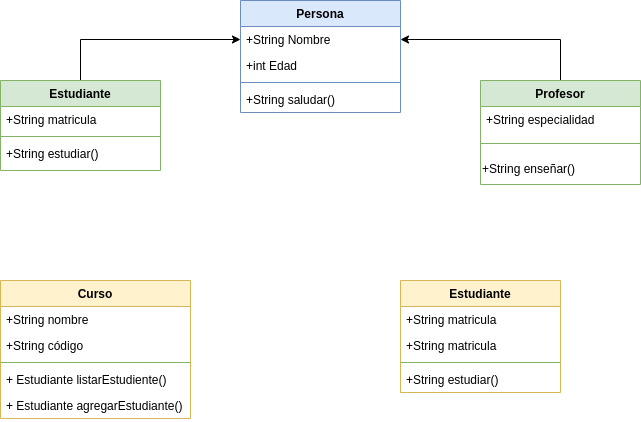
The draw.io diagram images/gestion-academica.png in aday-ctr/gestion-academica, before a commit. Source tidied: cells renumbered, new cells last; positions are measured from the earlier drawing's top-left corner, leaving out a move shared by most shapes.
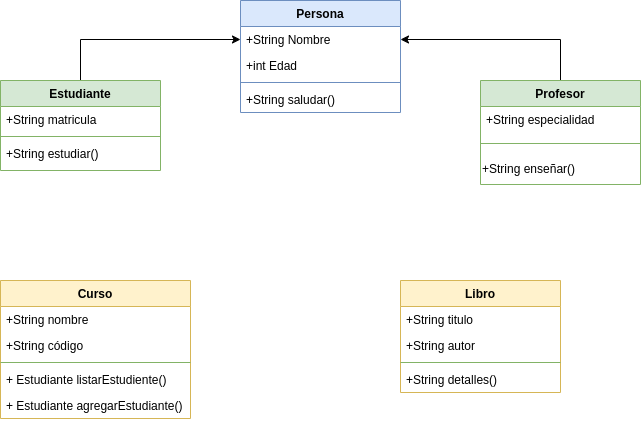
Later version of the same file.

Change to the diagram source:
```diff
@@ -65,19 +65,19 @@
     <mxCell id="22" value="+ Estudiante agregarEstudiante()" style="text;align=left;verticalAlign=top;spacingLeft=4;spacingRight=4;overflow=hidden;fontStyle=0;" parent="17" vertex="1">
       <mxGeometry y="112" width="190" height="26" as="geometry" />
     </mxCell>
-    <mxCell id="23" value="Estudiante" style="swimlane;fontStyle=1;align=center;verticalAlign=top;horizontal=1;startSize=26;rounded=0;shadow=0;strokeWidth=1;fillColor=#fff2cc;strokeColor=#d6b656;" parent="1" vertex="1">
+    <mxCell id="23" value="Libro" style="swimlane;fontStyle=1;align=center;verticalAlign=top;horizontal=1;startSize=26;rounded=0;shadow=0;strokeWidth=1;fillColor=#fff2cc;strokeColor=#d6b656;" parent="1" vertex="1">
       <mxGeometry x="400" y="280" width="160" height="112" as="geometry" />
     </mxCell>
-    <mxCell id="24" value="+String matricula" style="text;align=left;verticalAlign=top;spacingLeft=4;spacingRight=4;overflow=hidden;" parent="23" vertex="1">
+    <mxCell id="24" value="+String titulo" style="text;align=left;verticalAlign=top;spacingLeft=4;spacingRight=4;overflow=hidden;" parent="23" vertex="1">
       <mxGeometry y="26" width="160" height="26" as="geometry" />
     </mxCell>
-    <mxCell id="25" value="+String matricula" style="text;align=left;verticalAlign=top;spacingLeft=4;spacingRight=4;overflow=hidden;" parent="23" vertex="1">
+    <mxCell id="25" value="+String autor" style="text;align=left;verticalAlign=top;spacingLeft=4;spacingRight=4;overflow=hidden;" parent="23" vertex="1">
       <mxGeometry y="52" width="160" height="26" as="geometry" />
     </mxCell>
     <mxCell id="26" style="line;html=1;strokeWidth=1;align=left;verticalAlign=middle;spacingTop=-1;spacingLeft=3;spacingRight=3;labelPosition=right;fillColor=#d5e8d4;strokeColor=#82b366;" parent="23" vertex="1">
       <mxGeometry y="78" width="160" height="8" as="geometry" />
     </mxCell>
-    <mxCell id="27" value="+String estudiar()" style="text;align=left;verticalAlign=top;spacingLeft=4;spacingRight=4;overflow=hidden;fontStyle=0;" parent="23" vertex="1">
+    <mxCell id="27" value="+String detalles()" style="text;align=left;verticalAlign=top;spacingLeft=4;spacingRight=4;overflow=hidden;fontStyle=0;" parent="23" vertex="1">
       <mxGeometry y="86" width="160" height="26" as="geometry" />
     </mxCell>
   </root>
```
